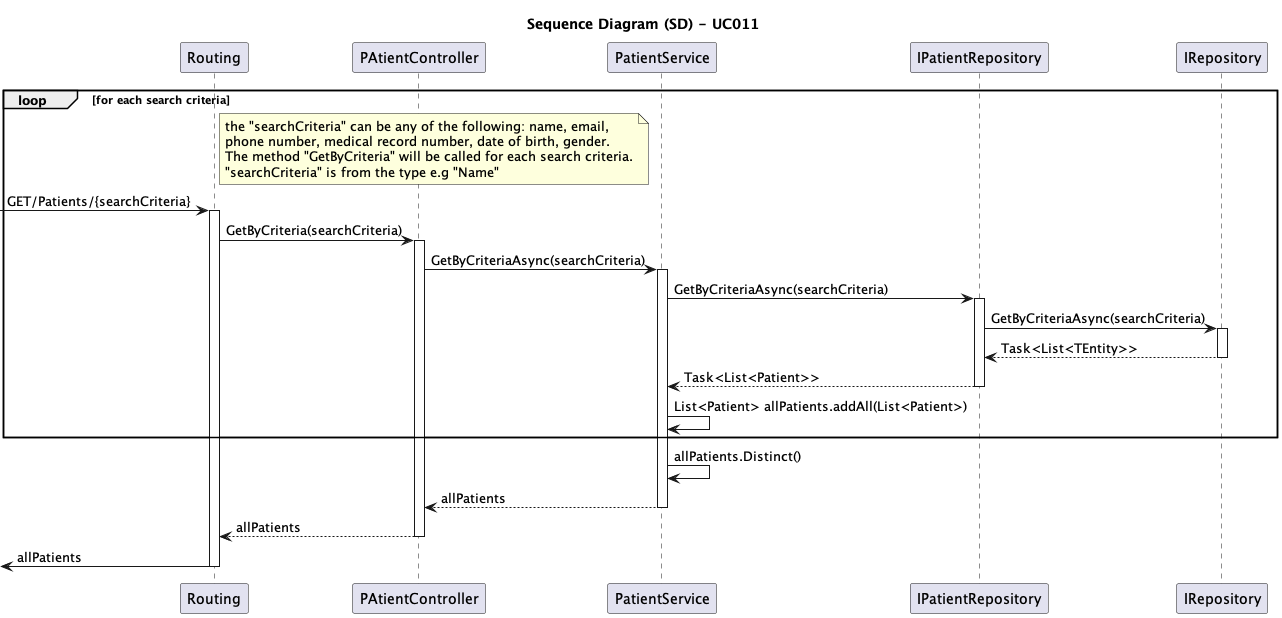
1221124/sem5pi-24-25-g031 keeps this PlantUML diagram as docs/SprintA/UseCases/UC011/03.design/png/uc011-sequence-diagram.png. Above is the earlier version. The source it was exported from:
```plantuml
@startuml
skinparam packageStyle rectangle
skinparam shadowing false
skinparam linetype polyline

skinparam classAttributeIconSize 0

title Sequence Diagram (SD) - UC011


participant "Routing" as Routing
participant "PAtientController" as Controller
participant "PatientService" as Service
participant "IPatientRepository" as IPatientRepository
participant "IRepository" as IRepository

loop for each search criteria

  note right of Routing
    the "searchCriteria" can be any of the following: name, email,
    phone number, medical record number, date of birth, gender.
    The method "GetByCriteria" will be called for each search criteria.
    "searchCriteria" is from the type e.g "Name"
  end note

  -> Routing: GET/Patients/{searchCriteria}
  activate Routing

    Routing -> Controller: GetByCriteria(searchCriteria)
    activate Controller

      Controller -> Service: GetByCriteriaAsync(searchCriteria)
      activate Service

        Service -> IPatientRepository: GetByCriteriaAsync(searchCriteria)
        activate IPatientRepository

          IPatientRepository -> IRepository: GetByCriteriaAsync(searchCriteria)
          activate IRepository

              IRepository --> IPatientRepository: Task<List<TEntity>>
          deactivate IRepository

          IPatientRepository --> Service: Task<List<Patient>>
        deactivate IPatientRepository

        Service -> Service: List<Patient> allPatients.addAll(List<Patient>)
end

        Service -> Service: allPatients.Distinct()

        Service --> Controller: allPatients
      deactivate Service

      Controller --> Routing: allPatients
    deactivate Controller

    <- Routing : allPatients
  deactivate Routing




@enduml
```
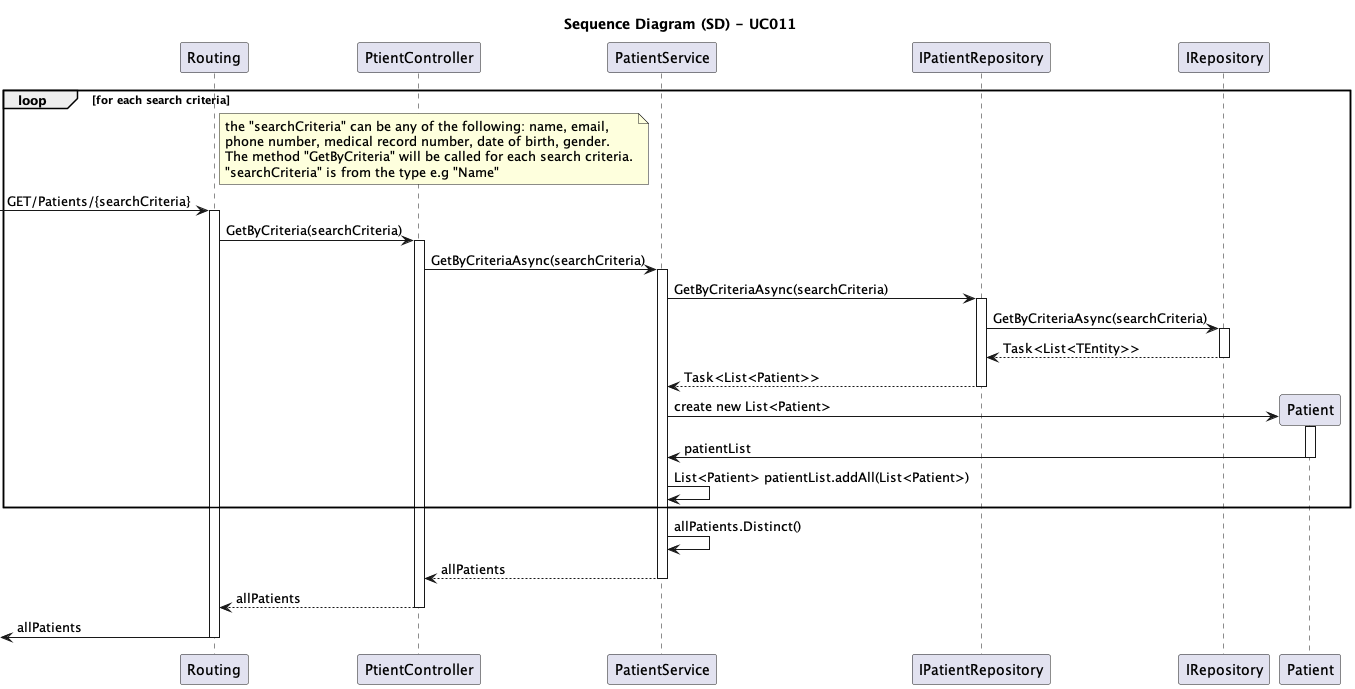
Above is the later version.

The edit, as a diff of the source:
```diff
@@ -9,10 +9,11 @@
 
 
 participant "Routing" as Routing
-participant "PAtientController" as Controller
+participant "PtientController" as Controller
 participant "PatientService" as Service
 participant "IPatientRepository" as IPatientRepository
 participant "IRepository" as IRepository
+participant "Patient" as Patient
 
 loop for each search criteria
 
@@ -44,7 +45,13 @@
           IPatientRepository --> Service: Task<List<Patient>>
         deactivate IPatientRepository
 
-        Service -> Service: List<Patient> allPatients.addAll(List<Patient>)
+        Service -> Patient**: create new List<Patient>
+        activate Patient
+
+          Patient -> Service: patientList
+        deactivate Patient
+
+        Service -> Service: List<Patient> patientList.addAll(List<Patient>)
 end
 
         Service -> Service: allPatients.Distinct()
```
